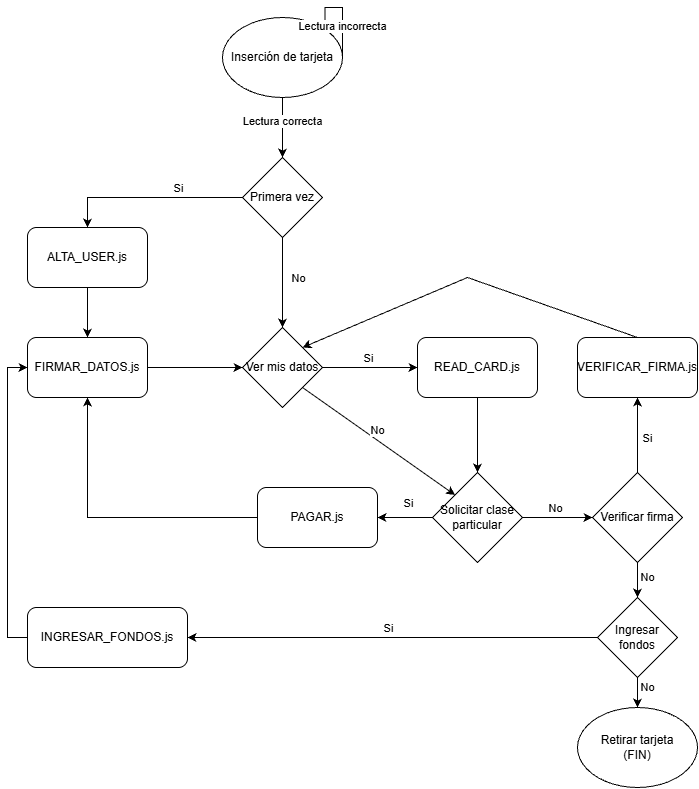
Above: README/Diagrama_funcionalidades_CE.drawio.png in CE-grupo12/Practica-JavaScript (draw.io), before the change. Source tidied: cells renumbered, new cells last; positions are measured from the earlier drawing's top-left corner, leaving out a move shared by most shapes. The source it was exported from:
```xml
<mxGraphModel>
  <root>
    <mxCell id="0" />
    <mxCell id="1" parent="0" />
    <mxCell id="2" style="edgeStyle=orthogonalEdgeStyle;rounded=0;jettySize=auto;html=1;exitX=0.5;exitY=1;exitDx=0;exitDy=0;entryX=0.5;entryY=0;entryDx=0;entryDy=0;" parent="1" edge="1" source="4" target="11">
      <mxGeometry relative="1" as="geometry" />
    </mxCell>
    <mxCell id="3" value="Lectura correcta" style="edgeLabel;html=1;align=center;verticalAlign=middle;" parent="2" vertex="1">
      <mxGeometry x="-0.24" y="-1" relative="1" as="geometry" />
    </mxCell>
    <mxCell id="4" value="Inserción de tarjeta" style="ellipse;whiteSpace=wrap;html=1;" parent="1" vertex="1">
      <mxGeometry x="195" y="10" width="120" height="80" as="geometry" />
    </mxCell>
    <mxCell id="5" style="edgeStyle=orthogonalEdgeStyle;rounded=0;orthogonalLoop=1;jettySize=auto;html=1;exitX=1;exitY=0.5;exitDx=0;exitDy=0;entryX=1;entryY=0;entryDx=0;entryDy=0;" parent="1" edge="1" source="4" target="4">
      <mxGeometry relative="1" as="geometry">
        <Array as="points">
          <mxPoint x="315" />
          <mxPoint x="297" />
        </Array>
      </mxGeometry>
    </mxCell>
    <mxCell id="6" value="Lectura incorrecta" style="edgeLabel;html=1;align=center;verticalAlign=middle;" parent="5" vertex="1">
      <mxGeometry x="-0.28" y="1" relative="1" as="geometry" />
    </mxCell>
    <mxCell id="7" style="edgeStyle=orthogonalEdgeStyle;rounded=0;jettySize=auto;html=1;exitX=0;exitY=0.5;exitDx=0;exitDy=0;entryX=0.5;entryY=0;entryDx=0;entryDy=0;" parent="1" edge="1" source="11" target="13">
      <mxGeometry relative="1" as="geometry" />
    </mxCell>
    <mxCell id="8" value="Si" style="edgeLabel;html=1;align=center;verticalAlign=middle;" parent="7" vertex="1">
      <mxGeometry x="-0.33" y="1" relative="1" as="geometry">
        <mxPoint x="-3" y="-11" as="offset" />
      </mxGeometry>
    </mxCell>
    <mxCell id="9" style="edgeStyle=orthogonalEdgeStyle;rounded=0;jettySize=auto;html=1;exitX=0.5;exitY=1;exitDx=0;exitDy=0;entryX=0.5;entryY=0;entryDx=0;entryDy=0;" parent="1" edge="1" source="11" target="29">
      <mxGeometry relative="1" as="geometry" />
    </mxCell>
    <mxCell id="10" value="No" style="edgeLabel;html=1;align=center;verticalAlign=middle;" parent="9" vertex="1">
      <mxGeometry x="-0.07" relative="1" as="geometry">
        <mxPoint x="15" y="-2" as="offset" />
      </mxGeometry>
    </mxCell>
    <mxCell id="11" value="Primera vez" style="rhombus;whiteSpace=wrap;html=1;" parent="1" vertex="1">
      <mxGeometry x="215" y="150" width="80" height="80" as="geometry" />
    </mxCell>
    <mxCell id="12" style="edgeStyle=orthogonalEdgeStyle;rounded=0;jettySize=auto;html=1;exitX=0.5;exitY=1;exitDx=0;exitDy=0;entryX=0.5;entryY=0;entryDx=0;entryDy=0;" parent="1" edge="1" source="13" target="22">
      <mxGeometry relative="1" as="geometry" />
    </mxCell>
    <mxCell id="13" value="ALTA_USER.js" style="rounded=1;whiteSpace=wrap;html=1;" parent="1" vertex="1">
      <mxGeometry y="220" width="120" height="60" as="geometry" />
    </mxCell>
    <mxCell id="14" style="edgeStyle=orthogonalEdgeStyle;rounded=0;jettySize=auto;html=1;exitX=0.5;exitY=1;exitDx=0;exitDy=0;entryX=0.5;entryY=0;entryDx=0;entryDy=0;" parent="1" edge="1" source="15" target="20">
      <mxGeometry relative="1" as="geometry" />
    </mxCell>
    <mxCell id="15" value="READ_CARD.js" style="rounded=1;whiteSpace=wrap;html=1;" parent="1" vertex="1">
      <mxGeometry x="390" y="330" width="120" height="60" as="geometry" />
    </mxCell>
    <mxCell id="16" style="edgeStyle=orthogonalEdgeStyle;rounded=0;jettySize=auto;html=1;exitX=0;exitY=0.5;exitDx=0;exitDy=0;entryX=1;entryY=0.5;entryDx=0;entryDy=0;" parent="1" edge="1" source="20" target="24">
      <mxGeometry relative="1" as="geometry" />
    </mxCell>
    <mxCell id="17" value="Si" style="edgeLabel;html=1;align=center;verticalAlign=middle;" parent="16" vertex="1">
      <mxGeometry x="-0.1" y="-1" relative="1" as="geometry">
        <mxPoint y="-14" as="offset" />
      </mxGeometry>
    </mxCell>
    <mxCell id="18" style="edgeStyle=orthogonalEdgeStyle;rounded=0;jettySize=auto;html=1;exitX=1;exitY=0.5;exitDx=0;exitDy=0;entryX=0;entryY=0.5;entryDx=0;entryDy=0;" parent="1" edge="1" source="20" target="34">
      <mxGeometry relative="1" as="geometry" />
    </mxCell>
    <mxCell id="19" value="No" style="edgeLabel;html=1;align=center;verticalAlign=middle;" parent="18" vertex="1">
      <mxGeometry x="-0.09" y="2" relative="1" as="geometry">
        <mxPoint y="-8" as="offset" />
      </mxGeometry>
    </mxCell>
    <mxCell id="20" value="Solicitar clase particular" style="rhombus;whiteSpace=wrap;html=1;" parent="1" vertex="1">
      <mxGeometry x="405" y="465" width="90" height="90" as="geometry" />
    </mxCell>
    <mxCell id="21" style="edgeStyle=orthogonalEdgeStyle;rounded=0;jettySize=auto;html=1;exitX=1;exitY=0.5;exitDx=0;exitDy=0;entryX=0;entryY=0.5;entryDx=0;entryDy=0;" parent="1" edge="1" source="22" target="29">
      <mxGeometry relative="1" as="geometry" />
    </mxCell>
    <mxCell id="22" value="FIRMAR_DATOS.js" style="rounded=1;whiteSpace=wrap;html=1;" parent="1" vertex="1">
      <mxGeometry y="330" width="120" height="60" as="geometry" />
    </mxCell>
    <mxCell id="23" style="edgeStyle=orthogonalEdgeStyle;rounded=0;jettySize=auto;html=1;exitX=0;exitY=0.5;exitDx=0;exitDy=0;entryX=0.5;entryY=1;entryDx=0;entryDy=0;" parent="1" edge="1" source="24" target="22">
      <mxGeometry relative="1" as="geometry" />
    </mxCell>
    <mxCell id="24" value="PAGAR.js" style="rounded=1;whiteSpace=wrap;html=1;" parent="1" vertex="1">
      <mxGeometry x="230" y="480" width="120" height="60" as="geometry" />
    </mxCell>
    <mxCell id="25" style="edgeStyle=orthogonalEdgeStyle;rounded=0;jettySize=auto;html=1;exitX=1;exitY=0.5;exitDx=0;exitDy=0;entryX=0;entryY=0.5;entryDx=0;entryDy=0;" parent="1" edge="1" source="29" target="15">
      <mxGeometry relative="1" as="geometry" />
    </mxCell>
    <mxCell id="26" value="Si" style="edgeLabel;html=1;align=center;verticalAlign=middle;" parent="25" vertex="1">
      <mxGeometry x="0.05" y="-3" relative="1" as="geometry">
        <mxPoint x="-5" y="-13" as="offset" />
      </mxGeometry>
    </mxCell>
    <mxCell id="27" style="rounded=0;jettySize=auto;html=1;exitX=1;exitY=1;exitDx=0;exitDy=0;entryX=0;entryY=0;entryDx=0;entryDy=0;" parent="1" edge="1" source="29" target="20">
      <mxGeometry relative="1" as="geometry" />
    </mxCell>
    <mxCell id="28" value="No" style="edgeLabel;html=1;align=center;verticalAlign=middle;" parent="27" vertex="1">
      <mxGeometry x="-0.2" y="1" relative="1" as="geometry">
        <mxPoint x="13" as="offset" />
      </mxGeometry>
    </mxCell>
    <mxCell id="29" value="Ver mis datos" style="rhombus;whiteSpace=wrap;html=1;" parent="1" vertex="1">
      <mxGeometry x="215" y="320" width="80" height="80" as="geometry" />
    </mxCell>
    <mxCell id="30" style="edgeStyle=orthogonalEdgeStyle;rounded=0;jettySize=auto;html=1;exitX=0.5;exitY=0;exitDx=0;exitDy=0;entryX=0.5;entryY=1;entryDx=0;entryDy=0;" parent="1" edge="1" source="34" target="36">
      <mxGeometry relative="1" as="geometry" />
    </mxCell>
    <mxCell id="31" value="Si" style="edgeLabel;html=1;align=center;verticalAlign=middle;" parent="30" vertex="1">
      <mxGeometry x="0.17" y="1" relative="1" as="geometry">
        <mxPoint x="11" y="9" as="offset" />
      </mxGeometry>
    </mxCell>
    <mxCell id="32" style="edgeStyle=orthogonalEdgeStyle;rounded=0;jettySize=auto;html=1;exitX=0.5;exitY=1;exitDx=0;exitDy=0;entryX=0.5;entryY=0;entryDx=0;entryDy=0;" parent="1" edge="1" source="34" target="41">
      <mxGeometry relative="1" as="geometry" />
    </mxCell>
    <mxCell id="33" value="No" style="edgeLabel;html=1;align=center;verticalAlign=middle;" parent="32" vertex="1">
      <mxGeometry x="-0.2" y="-2" relative="1" as="geometry">
        <mxPoint x="12" as="offset" />
      </mxGeometry>
    </mxCell>
    <mxCell id="34" value="Verificar firma" style="rhombus;whiteSpace=wrap;html=1;" parent="1" vertex="1">
      <mxGeometry x="565" y="465" width="90" height="90" as="geometry" />
    </mxCell>
    <mxCell id="35" style="rounded=0;jettySize=auto;html=1;exitX=0.5;exitY=0;exitDx=0;exitDy=0;entryX=1;entryY=0;entryDx=0;entryDy=0;" parent="1" edge="1" source="36" target="29">
      <mxGeometry relative="1" as="geometry">
        <Array as="points">
          <mxPoint x="440" y="270" />
        </Array>
      </mxGeometry>
    </mxCell>
    <mxCell id="36" value="VERIFICAR_FIRMA.js" style="rounded=1;whiteSpace=wrap;html=1;" parent="1" vertex="1">
      <mxGeometry x="550" y="330" width="120" height="60" as="geometry" />
    </mxCell>
    <mxCell id="37" style="edgeStyle=orthogonalEdgeStyle;rounded=0;jettySize=auto;html=1;exitX=0;exitY=0.5;exitDx=0;exitDy=0;entryX=1;entryY=0.5;entryDx=0;entryDy=0;" parent="1" edge="1" source="41" target="43">
      <mxGeometry relative="1" as="geometry" />
    </mxCell>
    <mxCell id="38" value="Si" style="edgeLabel;html=1;align=center;verticalAlign=middle;" parent="37" vertex="1">
      <mxGeometry x="0.11" y="3" relative="1" as="geometry">
        <mxPoint x="18" y="-13" as="offset" />
      </mxGeometry>
    </mxCell>
    <mxCell id="39" style="edgeStyle=orthogonalEdgeStyle;rounded=0;jettySize=auto;html=1;exitX=0.5;exitY=1;exitDx=0;exitDy=0;entryX=0.5;entryY=0;entryDx=0;entryDy=0;" parent="1" edge="1" source="41" target="44">
      <mxGeometry relative="1" as="geometry" />
    </mxCell>
    <mxCell id="40" value="No" style="edgeLabel;html=1;align=center;verticalAlign=middle;" parent="39" vertex="1">
      <mxGeometry x="-0.4" y="-1" relative="1" as="geometry">
        <mxPoint x="11" as="offset" />
      </mxGeometry>
    </mxCell>
    <mxCell id="41" value="Ingresar fondos" style="rhombus;whiteSpace=wrap;html=1;" parent="1" vertex="1">
      <mxGeometry x="570" y="590" width="80" height="80" as="geometry" />
    </mxCell>
    <mxCell id="42" style="edgeStyle=orthogonalEdgeStyle;rounded=0;jettySize=auto;html=1;exitX=0;exitY=0.5;exitDx=0;exitDy=0;entryX=0;entryY=0.5;entryDx=0;entryDy=0;" parent="1" edge="1" source="43" target="22">
      <mxGeometry relative="1" as="geometry" />
    </mxCell>
    <mxCell id="43" value="INGRESAR_FONDOS.js" style="rounded=1;whiteSpace=wrap;html=1;" parent="1" vertex="1">
      <mxGeometry y="600" width="160" height="60" as="geometry" />
    </mxCell>
    <mxCell id="44" value="Retirar tarjeta&lt;div&gt;(FIN)&lt;/div&gt;" style="ellipse;whiteSpace=wrap;html=1;" parent="1" vertex="1">
      <mxGeometry x="550" y="700" width="120" height="80" as="geometry" />
    </mxCell>
  </root>
</mxGraphModel>
```
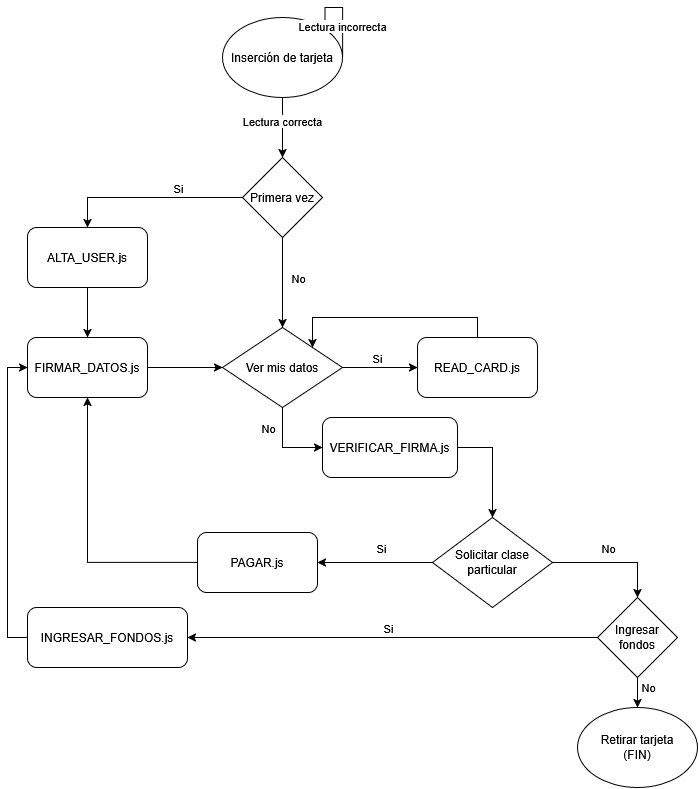
The same file after the commit.

Diff of the diagram source:
```diff
@@ -47,9 +47,14 @@
     <mxCell id="13" value="ALTA_USER.js" style="rounded=1;whiteSpace=wrap;html=1;" parent="1" vertex="1">
       <mxGeometry y="220" width="120" height="60" as="geometry" />
     </mxCell>
-    <mxCell id="14" style="edgeStyle=orthogonalEdgeStyle;rounded=0;jettySize=auto;html=1;exitX=0.5;exitY=1;exitDx=0;exitDy=0;entryX=0.5;entryY=0;entryDx=0;entryDy=0;" parent="1" edge="1" source="15" target="20">
-      <mxGeometry relative="1" as="geometry" />
-    </mxCell>
+    <mxCell id="45" style="edgeStyle=orthogonalEdgeStyle;rounded=0;jettySize=auto;html=1;exitX=0.5;exitY=0;exitDx=0;exitDy=0;entryX=1;entryY=0;entryDx=0;entryDy=0;defaultLabelBackgroundColor=page;" parent="1" edge="1" source="15" target="29">
+      <mxGeometry relative="1" as="geometry">
+        <Array as="points">
+          <mxPoint x="450" y="310" />
+          <mxPoint x="285" y="310" />
+        </Array>
+      </mxGeometry>
+    </mxCell>
     <mxCell id="15" value="READ_CARD.js" style="rounded=1;whiteSpace=wrap;html=1;" parent="1" vertex="1">
       <mxGeometry x="390" y="330" width="120" height="60" as="geometry" />
     </mxCell>
@@ -61,16 +66,11 @@
         <mxPoint y="-14" as="offset" />
       </mxGeometry>
     </mxCell>
-    <mxCell id="18" style="edgeStyle=orthogonalEdgeStyle;rounded=0;jettySize=auto;html=1;exitX=1;exitY=0.5;exitDx=0;exitDy=0;entryX=0;entryY=0.5;entryDx=0;entryDy=0;" parent="1" edge="1" source="20" target="34">
-      <mxGeometry relative="1" as="geometry" />
-    </mxCell>
-    <mxCell id="19" value="No" style="edgeLabel;html=1;align=center;verticalAlign=middle;" parent="18" vertex="1">
-      <mxGeometry x="-0.09" y="2" relative="1" as="geometry">
-        <mxPoint y="-8" as="offset" />
-      </mxGeometry>
-    </mxCell>
+    <mxCell id="46" style="edgeStyle=orthogonalEdgeStyle;rounded=0;jettySize=auto;html=1;exitX=1;exitY=0.5;exitDx=0;exitDy=0;entryX=0.5;entryY=0;entryDx=0;entryDy=0;defaultLabelBackgroundColor=page;" parent="1" edge="1" source="20" target="41">
+      <mxGeometry relative="1" as="geometry" />
+    </mxCell>
     <mxCell id="20" value="Solicitar clase particular" style="rhombus;whiteSpace=wrap;html=1;" parent="1" vertex="1">
-      <mxGeometry x="405" y="465" width="90" height="90" as="geometry" />
+      <mxGeometry x="405" y="510" width="120" height="90" as="geometry" />
     </mxCell>
     <mxCell id="21" style="edgeStyle=orthogonalEdgeStyle;rounded=0;jettySize=auto;html=1;exitX=1;exitY=0.5;exitDx=0;exitDy=0;entryX=0;entryY=0.5;entryDx=0;entryDy=0;" parent="1" edge="1" source="22" target="29">
       <mxGeometry relative="1" as="geometry" />
@@ -82,7 +82,7 @@
       <mxGeometry relative="1" as="geometry" />
     </mxCell>
     <mxCell id="24" value="PAGAR.js" style="rounded=1;whiteSpace=wrap;html=1;" parent="1" vertex="1">
-      <mxGeometry x="230" y="480" width="120" height="60" as="geometry" />
+      <mxGeometry x="170" y="525" width="120" height="60" as="geometry" />
     </mxCell>
     <mxCell id="25" style="edgeStyle=orthogonalEdgeStyle;rounded=0;jettySize=auto;html=1;exitX=1;exitY=0.5;exitDx=0;exitDy=0;entryX=0;entryY=0.5;entryDx=0;entryDy=0;" parent="1" edge="1" source="29" target="15">
       <mxGeometry relative="1" as="geometry" />
@@ -92,45 +92,31 @@
         <mxPoint x="-5" y="-13" as="offset" />
       </mxGeometry>
     </mxCell>
-    <mxCell id="27" style="rounded=0;jettySize=auto;html=1;exitX=1;exitY=1;exitDx=0;exitDy=0;entryX=0;entryY=0;entryDx=0;entryDy=0;" parent="1" edge="1" source="29" target="20">
-      <mxGeometry relative="1" as="geometry" />
+    <mxCell id="27" style="rounded=0;jettySize=auto;html=1;exitX=0.5;exitY=1;exitDx=0;exitDy=0;entryX=0;entryY=0.5;entryDx=0;entryDy=0;" parent="1" edge="1" source="29" target="36">
+      <mxGeometry relative="1" as="geometry">
+        <Array as="points">
+          <mxPoint x="255" y="440" />
+        </Array>
+      </mxGeometry>
     </mxCell>
     <mxCell id="28" value="No" style="edgeLabel;html=1;align=center;verticalAlign=middle;" parent="27" vertex="1">
       <mxGeometry x="-0.2" y="1" relative="1" as="geometry">
-        <mxPoint x="13" as="offset" />
+        <mxPoint x="-16" y="-12" as="offset" />
       </mxGeometry>
     </mxCell>
+    <mxCell id="47" value="No" style="edgeLabel;html=1;align=center;verticalAlign=middle;" parent="27" vertex="1">
+      <mxGeometry x="-0.2" y="1" relative="1" as="geometry">
+        <mxPoint x="324" y="108" as="offset" />
+      </mxGeometry>
+    </mxCell>
     <mxCell id="29" value="Ver mis datos" style="rhombus;whiteSpace=wrap;html=1;" parent="1" vertex="1">
-      <mxGeometry x="215" y="320" width="80" height="80" as="geometry" />
+      <mxGeometry x="195" y="320" width="120" height="80" as="geometry" />
     </mxCell>
-    <mxCell id="30" style="edgeStyle=orthogonalEdgeStyle;rounded=0;jettySize=auto;html=1;exitX=0.5;exitY=0;exitDx=0;exitDy=0;entryX=0.5;entryY=1;entryDx=0;entryDy=0;" parent="1" edge="1" source="34" target="36">
-      <mxGeometry relative="1" as="geometry" />
-    </mxCell>
-    <mxCell id="31" value="Si" style="edgeLabel;html=1;align=center;verticalAlign=middle;" parent="30" vertex="1">
-      <mxGeometry x="0.17" y="1" relative="1" as="geometry">
-        <mxPoint x="11" y="9" as="offset" />
-      </mxGeometry>
-    </mxCell>
-    <mxCell id="32" style="edgeStyle=orthogonalEdgeStyle;rounded=0;jettySize=auto;html=1;exitX=0.5;exitY=1;exitDx=0;exitDy=0;entryX=0.5;entryY=0;entryDx=0;entryDy=0;" parent="1" edge="1" source="34" target="41">
-      <mxGeometry relative="1" as="geometry" />
-    </mxCell>
-    <mxCell id="33" value="No" style="edgeLabel;html=1;align=center;verticalAlign=middle;" parent="32" vertex="1">
-      <mxGeometry x="-0.2" y="-2" relative="1" as="geometry">
-        <mxPoint x="12" as="offset" />
-      </mxGeometry>
-    </mxCell>
-    <mxCell id="34" value="Verificar firma" style="rhombus;whiteSpace=wrap;html=1;" parent="1" vertex="1">
-      <mxGeometry x="565" y="465" width="90" height="90" as="geometry" />
-    </mxCell>
-    <mxCell id="35" style="rounded=0;jettySize=auto;html=1;exitX=0.5;exitY=0;exitDx=0;exitDy=0;entryX=1;entryY=0;entryDx=0;entryDy=0;" parent="1" edge="1" source="36" target="29">
-      <mxGeometry relative="1" as="geometry">
-        <Array as="points">
-          <mxPoint x="440" y="270" />
-        </Array>
-      </mxGeometry>
-    </mxCell>
+    <mxCell id="48" style="edgeStyle=orthogonalEdgeStyle;rounded=0;jettySize=auto;html=1;exitX=1;exitY=0.5;exitDx=0;exitDy=0;entryX=0.5;entryY=0;entryDx=0;entryDy=0;defaultLabelBackgroundColor=page;" parent="1" edge="1" source="36" target="20">
+      <mxGeometry relative="1" as="geometry" />
+    </mxCell>
     <mxCell id="36" value="VERIFICAR_FIRMA.js" style="rounded=1;whiteSpace=wrap;html=1;" parent="1" vertex="1">
-      <mxGeometry x="550" y="330" width="120" height="60" as="geometry" />
+      <mxGeometry x="295" y="410" width="135" height="60" as="geometry" />
     </mxCell>
     <mxCell id="37" style="edgeStyle=orthogonalEdgeStyle;rounded=0;jettySize=auto;html=1;exitX=0;exitY=0.5;exitDx=0;exitDy=0;entryX=1;entryY=0.5;entryDx=0;entryDy=0;" parent="1" edge="1" source="41" target="43">
       <mxGeometry relative="1" as="geometry" />
```
